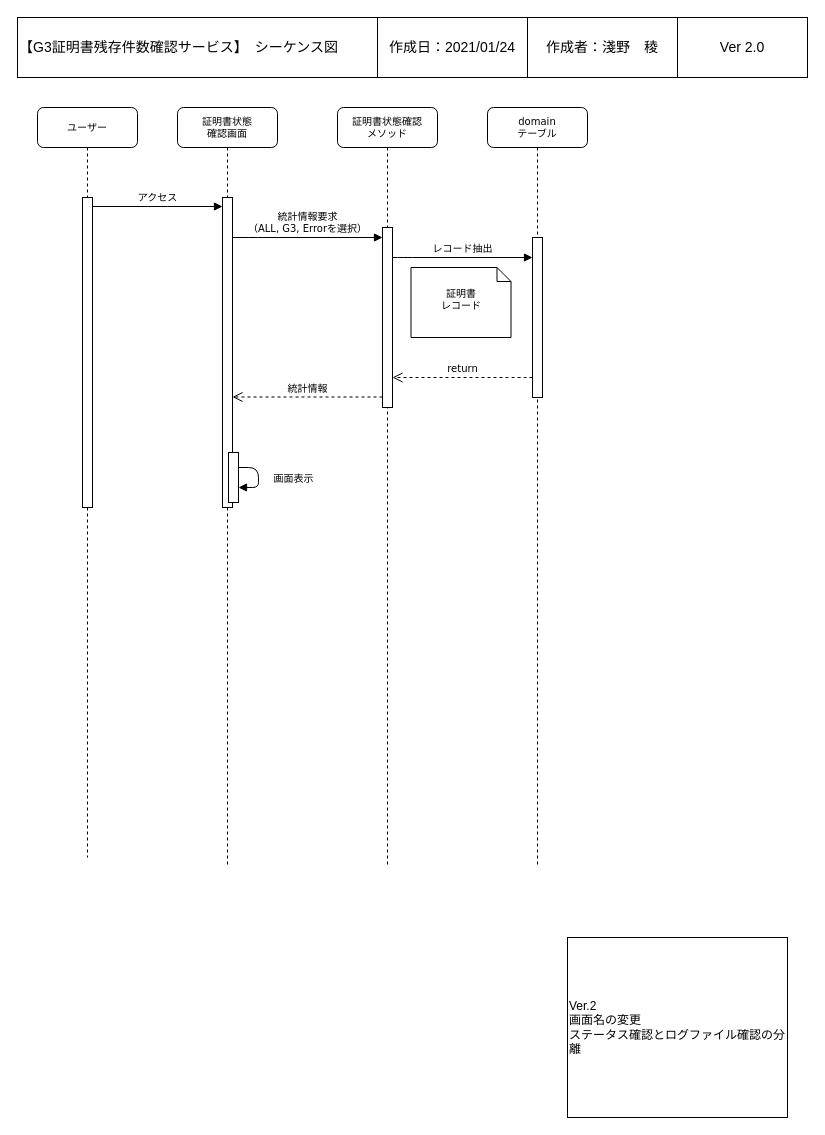
This is page "シーケンス図（WEB UI）" (2 of 6) of UMLDiagram.drawio from r-asano/kaihatsubuKenshu, a draw.io file, before an edit. Source tidied: cells renumbered, new cells numbered last; positions are measured from the earlier drawing's top-left corner, leaving out a move shared by most shapes. Both pictures are drawn from the tidied source at 100%, with x=0, y=0 at pixel (17, 17).
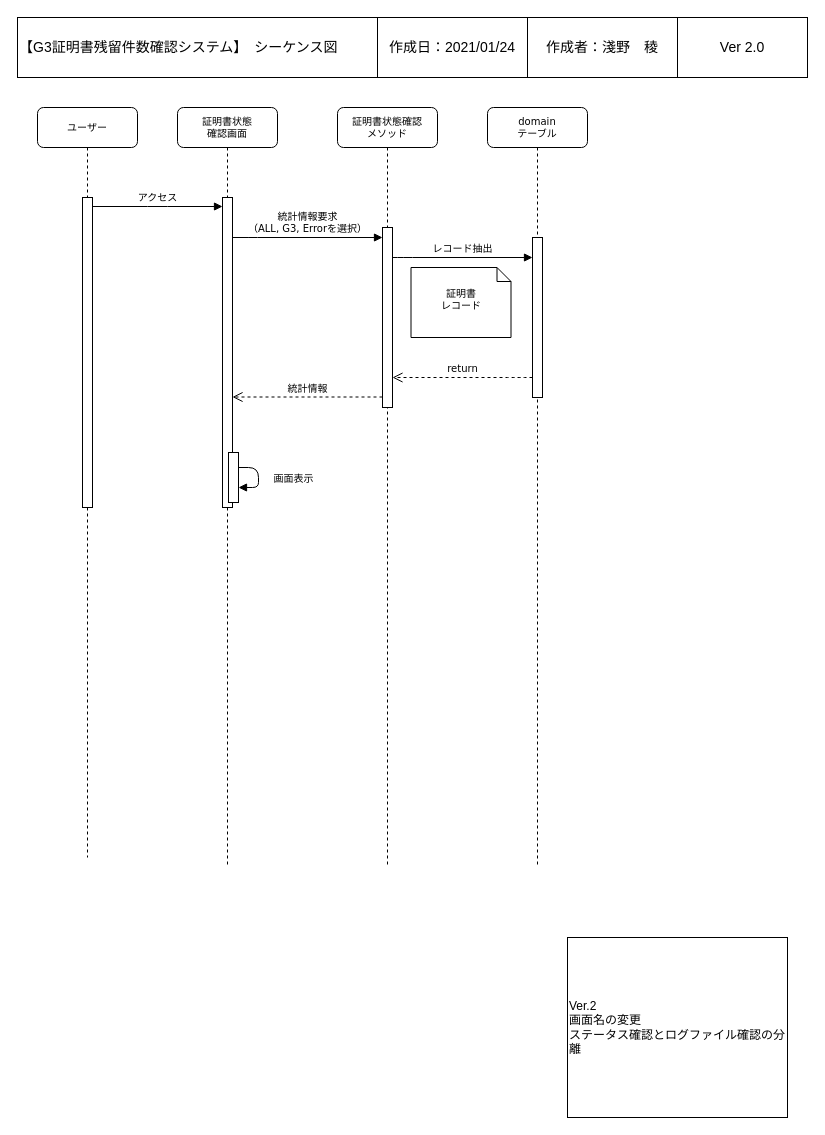
The same page after the edit.

The edit, as a diff of the source:
```diff
@@
-    <mxCell id="18" value="&lt;div style=&quot;font-size: 14px&quot; align=&quot;left&quot;&gt;&lt;font style=&quot;font-size: 14px&quot;&gt;【G3証明書残存件数確認サービス】　シーケンス図&lt;/font&gt;&lt;/div&gt;" style="rounded=0;whiteSpace=wrap;html=1;align=left;fontSize=14;" parent="1" vertex="1">
+    <mxCell id="18" value="&lt;div style=&quot;font-size: 14px&quot; align=&quot;left&quot;&gt;&lt;font style=&quot;font-size: 14px&quot;&gt;【G3証明書残留件数確認システム】　シーケンス図&lt;/font&gt;&lt;/div&gt;" style="rounded=0;whiteSpace=wrap;html=1;align=left;fontSize=14;" parent="1" vertex="1">
       <mxGeometry width="360" height="60" as="geometry" />
     </mxCell>
```
